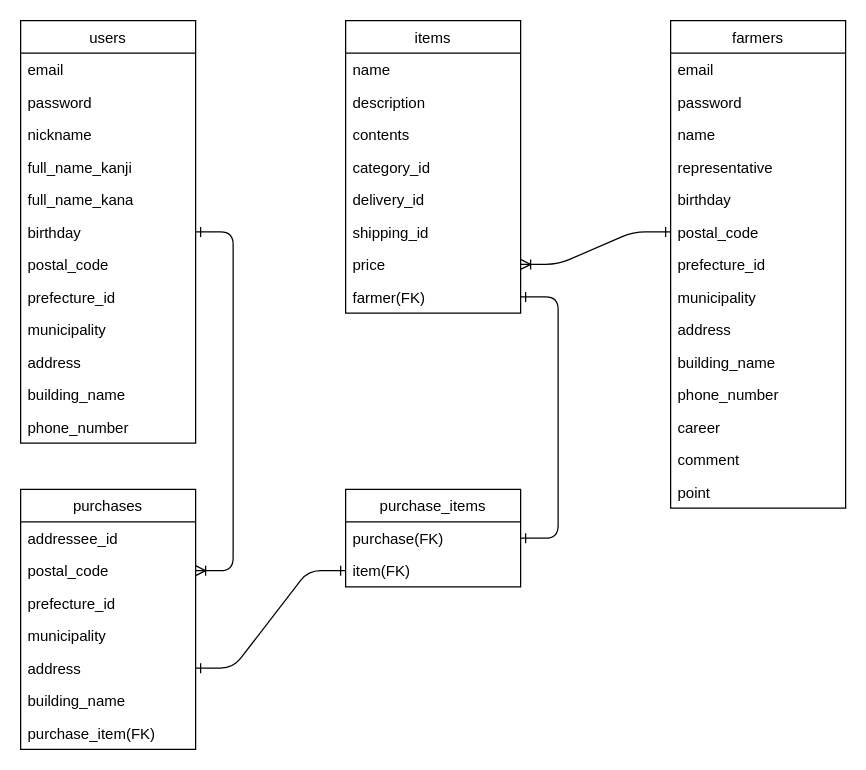
Earlier version of the draw.io diagram vegetabel.dio (nina2728/vegetabel). Source tidied: cells renumbered, new cells numbered last; positions are measured from the earlier drawing's top-left corner, leaving out a move shared by most shapes. Both pictures are drawn from the tidied source at 125%, with x=0, y=0 at pixel (20, 20).
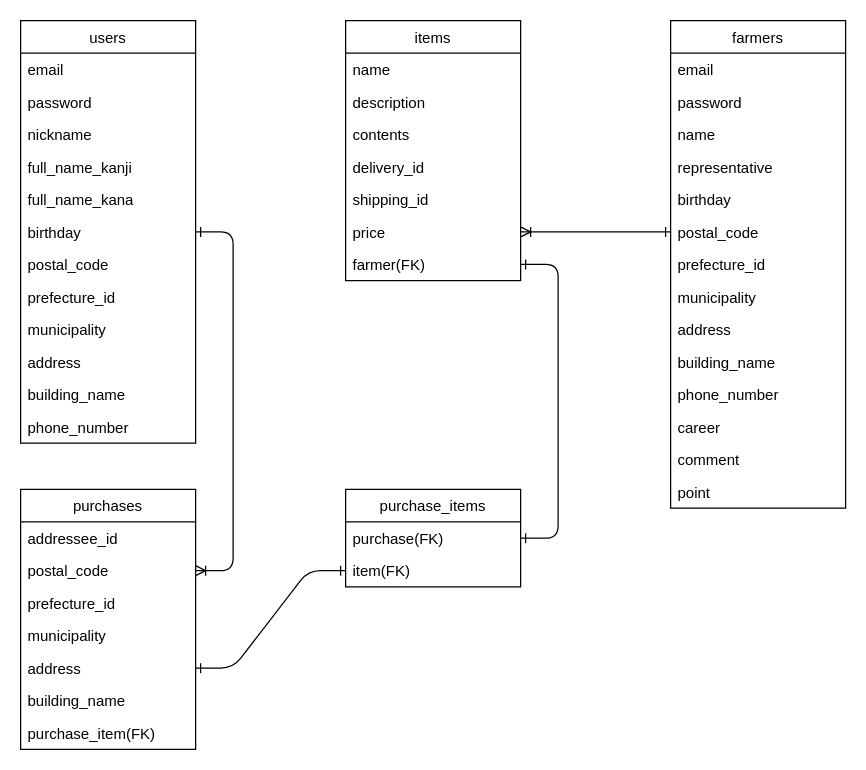
The same page after the edit.

Change to the diagram source:
```diff
@@
     <mxCell id="41" value="items" style="swimlane;fontStyle=0;horizontal=1;startSize=26;" parent="1" vertex="1">
-      <mxGeometry x="260" width="140" height="234" as="geometry" />
+      <mxGeometry x="260" width="140" height="208" as="geometry" />
     </mxCell>
@@
-    <mxCell id="45" value="category_id" style="text;strokeColor=none;fillColor=none;align=left;verticalAlign=top;spacingLeft=4;spacingRight=4;overflow=hidden;" parent="41" vertex="1">
-      <mxGeometry y="104" width="140" height="26" as="geometry" />
-    </mxCell>
     <mxCell id="46" value="delivery_id" style="text;strokeColor=none;fillColor=none;align=left;verticalAlign=top;spacingLeft=4;spacingRight=4;overflow=hidden;" parent="41" vertex="1">
-      <mxGeometry y="130" width="140" height="26" as="geometry" />
+      <mxGeometry y="104" width="140" height="26" as="geometry" />
     </mxCell>
     <mxCell id="47" value="shipping_id" style="text;strokeColor=none;fillColor=none;align=left;verticalAlign=top;spacingLeft=4;spacingRight=4;overflow=hidden;" parent="41" vertex="1">
-      <mxGeometry y="156" width="140" height="26" as="geometry" />
+      <mxGeometry y="130" width="140" height="26" as="geometry" />
     </mxCell>
     <mxCell id="48" value="price" style="text;strokeColor=none;fillColor=none;align=left;verticalAlign=top;spacingLeft=4;spacingRight=4;overflow=hidden;points=[[0,0.5],[1,0.5]];portConstraint=eastwest;" parent="41" vertex="1">
-      <mxGeometry y="182" width="140" height="26" as="geometry" />
+      <mxGeometry y="156" width="140" height="26" as="geometry" />
     </mxCell>
     <mxCell id="49" value="farmer(FK)" style="text;strokeColor=none;fillColor=none;align=left;verticalAlign=top;spacingLeft=4;spacingRight=4;overflow=hidden;points=[[0,0.5],[1,0.5]];portConstraint=eastwest;" parent="41" vertex="1">
-      <mxGeometry y="208" width="140" height="26" as="geometry" />
+      <mxGeometry y="182" width="140" height="26" as="geometry" />
     </mxCell>
```
